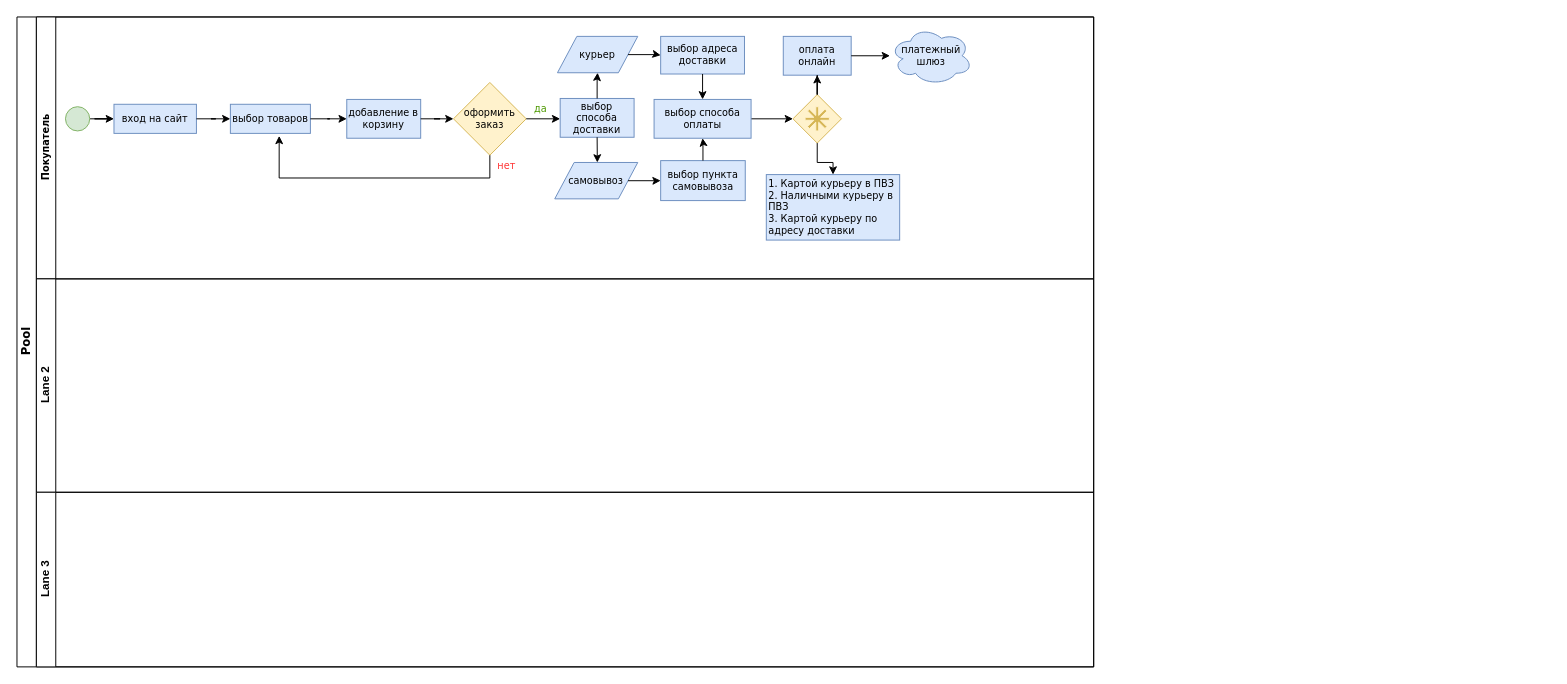
Above: Untitled Diagram.drawio in devqux/vm (draw.io), before the change. Source tidied: cells renumbered, new cells numbered last; positions are measured from the earlier drawing's top-left corner, leaving out a move shared by most shapes. Both pictures are drawn from the tidied source at 97%, with x=0, y=0 at pixel (16, 16).
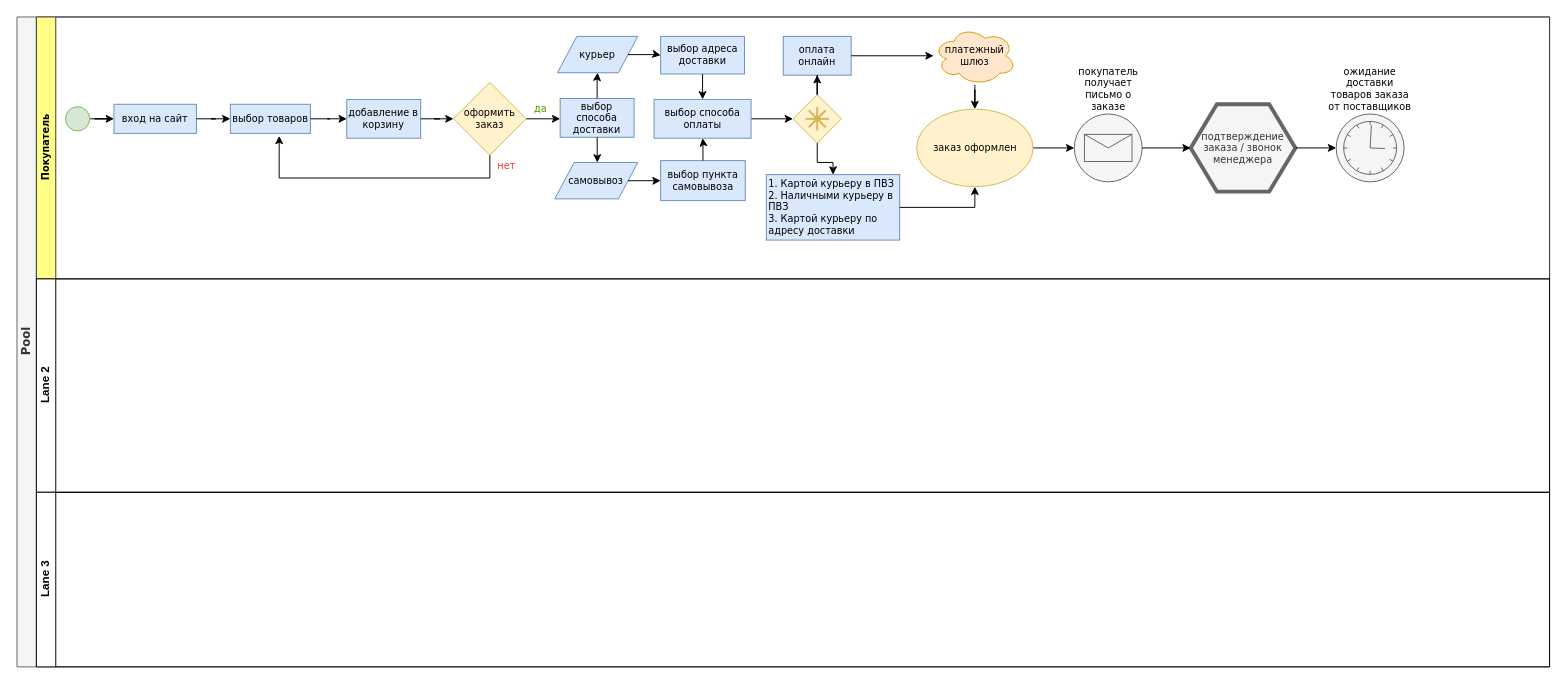
After the change.

The change refers to these unchanged cells:
```xml
<mxCell id="34" value="1. Картой курьеру в ПВЗ&lt;br&gt;2. Наличными курьеру в ПВЗ&lt;br&gt;3. Картой курьеру по адресу доставки" style="whiteSpace=wrap;html=1;fontFamily=Verdana;fontSize=10;verticalAlign=middle;strokeColor=#6c8ebf;fillColor=#dae8fc;labelBackgroundColor=none;align=left;" parent="3" vertex="1">
  <mxGeometry x="752.5" y="162.5" width="137.5" height="67.5" as="geometry" />
</mxCell>
```

Change to the diagram source:
```diff
@@
-    <mxCell id="2" value="Pool" style="swimlane;html=1;horizontal=0;startSize=20;fontFamily=Verdana;" parent="1" vertex="1">
-      <mxGeometry width="1110" height="670" as="geometry" />
+    <mxCell id="2" value="Pool" style="swimlane;html=1;horizontal=0;startSize=20;fontFamily=Verdana;fillColor=#f5f5f5;strokeColor=#666666;fontColor=#333333;" parent="1" vertex="1">
+      <mxGeometry width="1580" height="670" as="geometry" />
     </mxCell>
-    <mxCell id="3" value="&lt;font face=&quot;Verdana&quot; style=&quot;font-size: 10px&quot;&gt;Покупатель&lt;/font&gt;" style="swimlane;html=1;startSize=20;horizontal=0;" parent="2" vertex="1">
-      <mxGeometry x="20" width="1090" height="270" as="geometry" />
+    <mxCell id="3" value="&lt;font face=&quot;Verdana&quot; style=&quot;font-size: 10px&quot;&gt;Покупатель&lt;/font&gt;" style="swimlane;html=1;startSize=20;horizontal=0;fillColor=#ffff88;strokeColor=#36393d;" parent="2" vertex="1">
+      <mxGeometry x="20" width="1560" height="270" as="geometry" />
     </mxCell>
@@
-    <mxCell id="8" value="платежный шлюз" style="ellipse;shape=cloud;whiteSpace=wrap;html=1;fontFamily=Verdana;fontSize=10;strokeColor=#6c8ebf;fillColor=#dae8fc;" parent="3" vertex="1">
-      <mxGeometry x="880" y="10" width="85" height="60" as="geometry" />
+    <mxCell id="8" value="платежный шлюз" style="ellipse;shape=cloud;whiteSpace=wrap;html=1;fontFamily=Verdana;fontSize=10;strokeColor=#d79b00;fillColor=#ffe6cc;" parent="3" vertex="1">
+      <mxGeometry x="925" y="10" width="85" height="60" as="geometry" />
     </mxCell>
+    <mxCell id="39" value="ожидание доставки товаров заказа от поставщиков" style="text;html=1;strokeColor=none;fillColor=none;align=center;verticalAlign=middle;whiteSpace=wrap;rounded=0;fontFamily=Verdana;fontSize=10;" parent="3" vertex="1">
+      <mxGeometry x="1331.2" y="64" width="87.5" height="20" as="geometry" />
+    </mxCell>
+    <mxCell id="40" value="покупатель получает письмо о заказе" style="text;html=1;strokeColor=none;fillColor=none;align=center;verticalAlign=middle;whiteSpace=wrap;rounded=0;fontFamily=Verdana;fontSize=10;" parent="3" vertex="1">
+      <mxGeometry x="1062.5" y="64" width="85" height="20" as="geometry" />
+    </mxCell>
@@
+    <mxCell id="41" style="edgeStyle=orthogonalEdgeStyle;rounded=0;jettySize=auto;html=1;entryX=0;entryY=0.5;entryDx=0;entryDy=0;fontFamily=Verdana;fontSize=10;" parent="3" edge="1" source="44" target="45">
+      <mxGeometry relative="1" as="geometry" />
+    </mxCell>
+    <mxCell id="42" style="shape=mxgraph.bpmn.shape;html=1;verticalLabelPosition=bottom;labelBackgroundColor=#ffffff;verticalAlign=top;align=center;perimeter=ellipsePerimeter;outlineConnect=0;outline=standard;symbol=timer;fontFamily=Verdana;fontSize=10;fillColor=#f5f5f5;strokeColor=#666666;fontColor=#333333;" parent="3" vertex="1">
+      <mxGeometry x="1340" y="100" width="70" height="70" as="geometry" />
+    </mxCell>
+    <mxCell id="43" value="подтверждение заказа / звонок менеджера" style="shape=hexagon;html=1;whiteSpace=wrap;perimeter=hexagonPerimeter;strokeWidth=4;rounded=0;fontFamily=Verdana;fontSize=10;fillColor=#f5f5f5;strokeColor=#666666;fontColor=#333333;" parent="3" vertex="1">
+      <mxGeometry x="1190" y="90" width="108" height="90" as="geometry" />
+    </mxCell>
+    <mxCell id="44" value="заказ оформлен" style="ellipse;whiteSpace=wrap;html=1;fontFamily=Verdana;fontSize=10;strokeColor=#d6b656;fillColor=#fff2cc;" parent="3" vertex="1">
+      <mxGeometry x="907.5" y="95" width="120" height="80" as="geometry" />
+    </mxCell>
+    <mxCell id="45" style="shape=mxgraph.bpmn.shape;html=1;verticalLabelPosition=bottom;labelBackgroundColor=#ffffff;verticalAlign=top;align=center;perimeter=ellipsePerimeter;outlineConnect=0;outline=standard;symbol=message;fontFamily=Verdana;fontSize=10;fillColor=#f5f5f5;strokeColor=#666666;fontColor=#333333;" parent="3" vertex="1">
+      <mxGeometry x="1070" y="100" width="70" height="70" as="geometry" />
+    </mxCell>
@@
+    <mxCell id="46" style="edgeStyle=orthogonalEdgeStyle;rounded=0;jettySize=auto;html=1;entryX=0.5;entryY=1;entryDx=0;entryDy=0;" parent="3" edge="1" source="34" target="44">
+      <mxGeometry relative="1" as="geometry" />
+    </mxCell>
+    <mxCell id="47" style="edgeStyle=orthogonalEdgeStyle;rounded=0;jettySize=auto;html=1;fontFamily=Verdana;fontSize=10;" parent="3" edge="1" source="8" target="44">
+      <mxGeometry relative="1" as="geometry" />
+    </mxCell>
+    <mxCell id="48" style="endArrow=classic;html=1;fontFamily=Verdana;fontSize=10;exitX=1;exitY=0.5;exitDx=0;exitDy=0;entryX=0;entryY=0.5;entryDx=0;entryDy=0;" parent="3" edge="1" source="45" target="43">
+      <mxGeometry relative="1" as="geometry" />
+    </mxCell>
+    <mxCell id="49" style="endArrow=classic;html=1;fontFamily=Verdana;fontSize=10;exitX=1;exitY=0.5;exitDx=0;exitDy=0;entryX=0;entryY=0.5;entryDx=0;entryDy=0;" parent="3" edge="1" source="43" target="42">
+      <mxGeometry relative="1" as="geometry" />
+    </mxCell>
     <mxCell id="35" value="Lane 2" style="swimlane;html=1;startSize=20;horizontal=0;" parent="2" vertex="1">
-      <mxGeometry x="20" y="270" width="1090" height="220" as="geometry" />
+      <mxGeometry x="20" y="270" width="1560" height="220" as="geometry" />
     </mxCell>
     <mxCell id="36" value="Lane 3" style="swimlane;html=1;startSize=20;horizontal=0;" parent="2" vertex="1">
-      <mxGeometry x="20" y="490" width="1090" height="180" as="geometry" />
+      <mxGeometry x="20" y="490" width="1560" height="180" as="geometry" />
     </mxCell>
```
